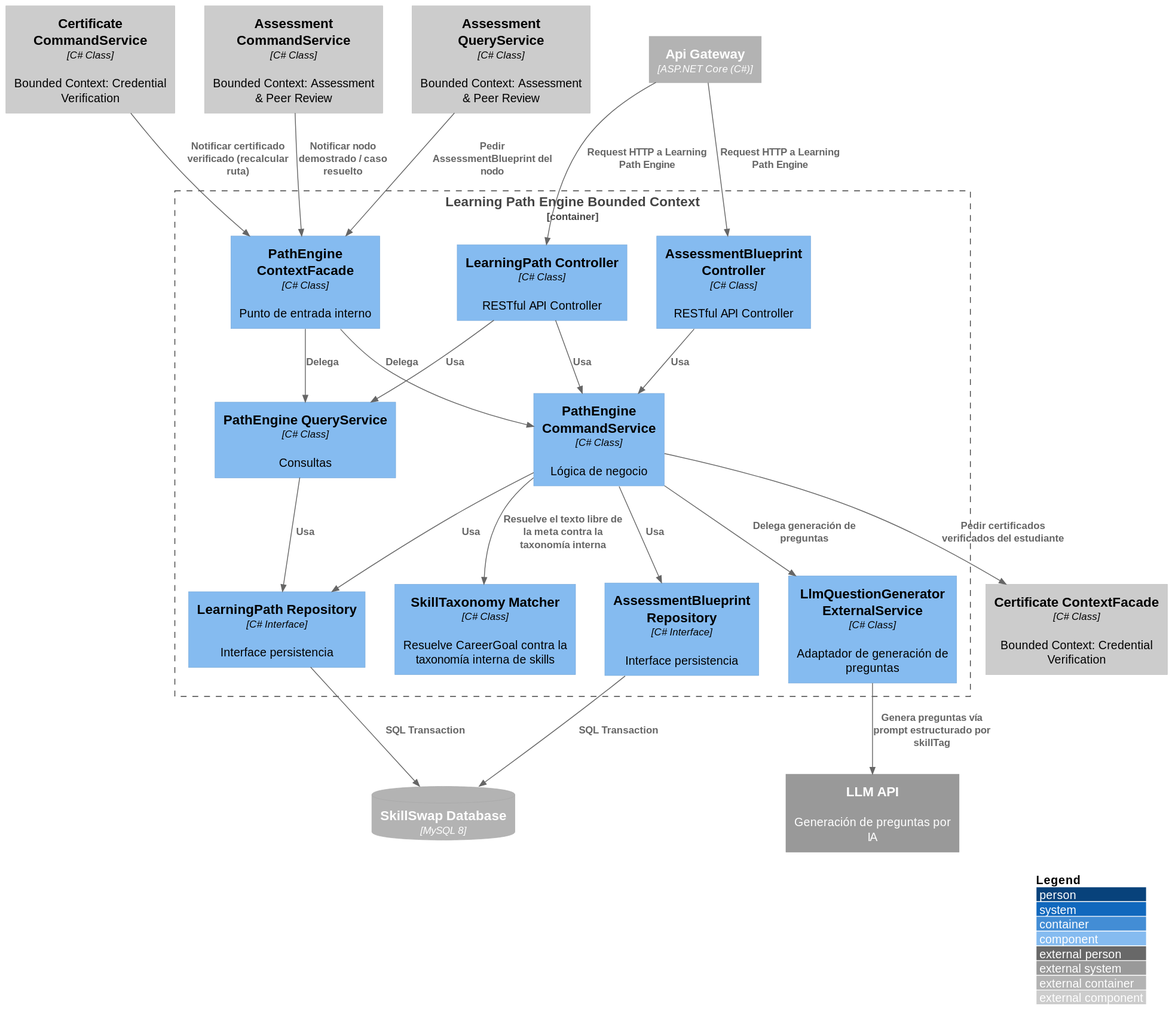
The PlantUML diagram images-doc/LearningPathEngineComponent.svg in Aplicaciones-Dispositivos-Moviles/SkillSwap-ProjectReport, before a commit. Source of this version:
```plantuml
@startuml
!include https://raw.githubusercontent.com/plantuml-stdlib/C4-PlantUML/master/C4_Component.puml

LAYOUT_WITH_LEGEND()

Container_Ext(apiGateway, "Api Gateway", "ASP.NET Core (C#)")
ContainerDb_Ext(mainDB, "SkillSwap Database", "MySQL 8")
System_Ext(llmApi, "LLM API", "Generación de preguntas por IA")

Container_Boundary(pathEngineBC, "Learning Path Engine Bounded Context") {
    Component(learningPathController, "LearningPath Controller", "C# Class", "RESTful API Controller")
    Component(assessmentBlueprintController, "AssessmentBlueprint Controller", "C# Class", "RESTful API Controller")
    Component(pathEngineCommandService, "PathEngine CommandService", "C# Class", "Lógica de negocio")
    Component(pathEngineQueryService, "PathEngine QueryService", "C# Class", "Consultas")
    Component(skillTaxonomyMatcher, "SkillTaxonomy Matcher", "C# Class", "Resuelve CareerGoal contra la taxonomía interna de skills")
    Component(learningPathRepository, "LearningPath Repository", "C# Interface", "Interface persistencia")
    Component(assessmentBlueprintRepository, "AssessmentBlueprint Repository", "C# Interface", "Interface persistencia")
    Component(llmGeneratorExternal, "LlmQuestionGenerator ExternalService", "C# Class", "Adaptador de generación de preguntas")
    Component(pathEngineContextFacade, "PathEngine ContextFacade", "C# Class", "Punto de entrada interno")
}

Component_Ext(credentialContextFacade, "Certificate ContextFacade", "C# Class", "Bounded Context: Credential Verification")
Component_Ext(credentialCommandService, "Certificate CommandService", "C# Class", "Bounded Context: Credential Verification")

Component_Ext(assessmentQueryService, "Assessment QueryService", "C# Class", "Bounded Context: Assessment & Peer Review")
Component_Ext(assessmentCommandService, "Assessment CommandService", "C# Class", "Bounded Context: Assessment & Peer Review")

Rel(apiGateway, learningPathController, "Request HTTP a Learning Path Engine")
Rel(apiGateway, assessmentBlueprintController, "Request HTTP a Learning Path Engine")

Rel(learningPathController, pathEngineCommandService, "Usa")
Rel(learningPathController, pathEngineQueryService, "Usa")
Rel(assessmentBlueprintController, pathEngineCommandService, "Usa")

Rel(pathEngineCommandService, learningPathRepository, "Usa")
Rel(pathEngineCommandService, assessmentBlueprintRepository, "Usa")
Rel(pathEngineQueryService, learningPathRepository, "Usa")
Rel(learningPathRepository, mainDB, "SQL Transaction")
Rel(assessmentBlueprintRepository, mainDB, "SQL Transaction")

Rel(pathEngineCommandService, skillTaxonomyMatcher, "Resuelve el texto libre de la meta contra la taxonomía interna")
Rel(pathEngineCommandService, llmGeneratorExternal, "Delega generación de preguntas")
Rel(llmGeneratorExternal, llmApi, "Genera preguntas vía prompt estructurado por skillTag")

Rel(pathEngineCommandService, credentialContextFacade, "Pedir certificados verificados del estudiante")

Rel(pathEngineContextFacade, pathEngineCommandService, "Delega")
Rel(pathEngineContextFacade, pathEngineQueryService, "Delega")

Rel(credentialCommandService, pathEngineContextFacade, "Notificar certificado verificado (recalcular ruta)")
Rel(assessmentQueryService, pathEngineContextFacade, "Pedir AssessmentBlueprint del nodo")
Rel(assessmentCommandService, pathEngineContextFacade, "Notificar nodo demostrado / caso resuelto")
@enduml
```
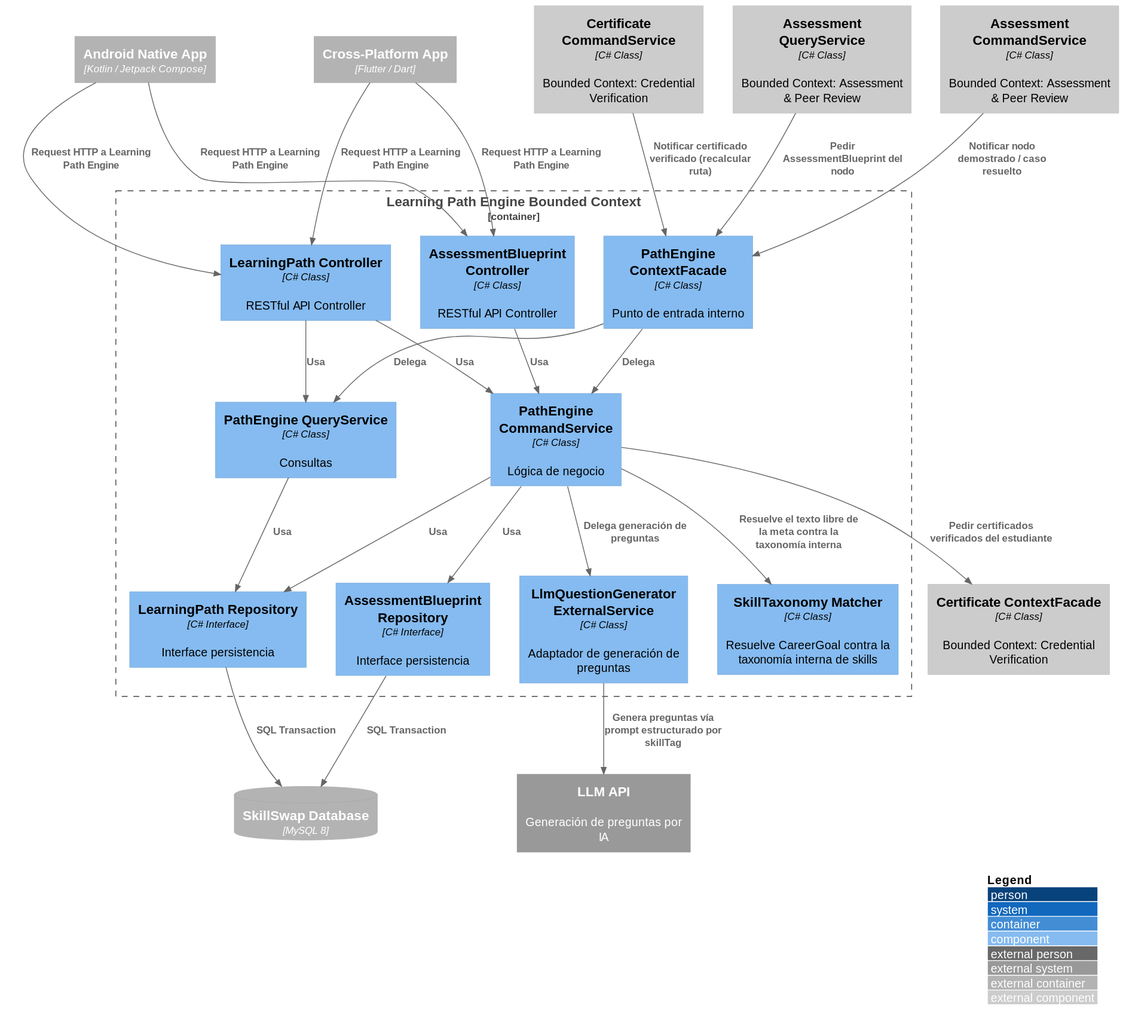
Above is the later version.

Change to the diagram source:
```diff
@@ -3,7 +3,8 @@
 
 LAYOUT_WITH_LEGEND()
 
-Container_Ext(apiGateway, "Api Gateway", "ASP.NET Core (C#)")
+Container_Ext(androidApp, "Android Native App", "Kotlin / Jetpack Compose")
+Container_Ext(flutterApp, "Cross-Platform App", "Flutter / Dart")
 ContainerDb_Ext(mainDB, "SkillSwap Database", "MySQL 8")
 System_Ext(llmApi, "LLM API", "Generación de preguntas por IA")
 
@@ -25,8 +26,10 @@
 Component_Ext(assessmentQueryService, "Assessment QueryService", "C# Class", "Bounded Context: Assessment & Peer Review")
 Component_Ext(assessmentCommandService, "Assessment CommandService", "C# Class", "Bounded Context: Assessment & Peer Review")
 
-Rel(apiGateway, learningPathController, "Request HTTP a Learning Path Engine")
-Rel(apiGateway, assessmentBlueprintController, "Request HTTP a Learning Path Engine")
+Rel(androidApp, learningPathController, "Request HTTP a Learning Path Engine")
+Rel(flutterApp, learningPathController, "Request HTTP a Learning Path Engine")
+Rel(androidApp, assessmentBlueprintController, "Request HTTP a Learning Path Engine")
+Rel(flutterApp, assessmentBlueprintController, "Request HTTP a Learning Path Engine")
 
 Rel(learningPathController, pathEngineCommandService, "Usa")
 Rel(learningPathController, pathEngineQueryService, "Usa")
```
